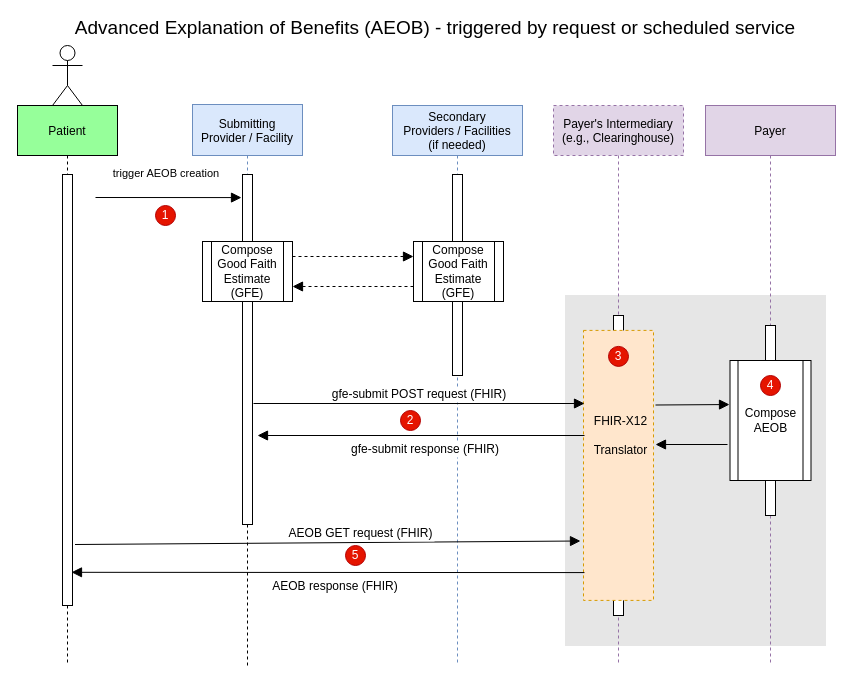
This is input/images/AEOB-interaction.drawio from HL7/davinci-pct, a draw.io file, before an edit. Source tidied: cells renumbered, new cells numbered last; positions are measured from the earlier drawing's top-left corner, leaving out a move shared by most shapes. Both pictures are drawn from the tidied source at 100%, with x=0, y=0 at pixel (17, 18).
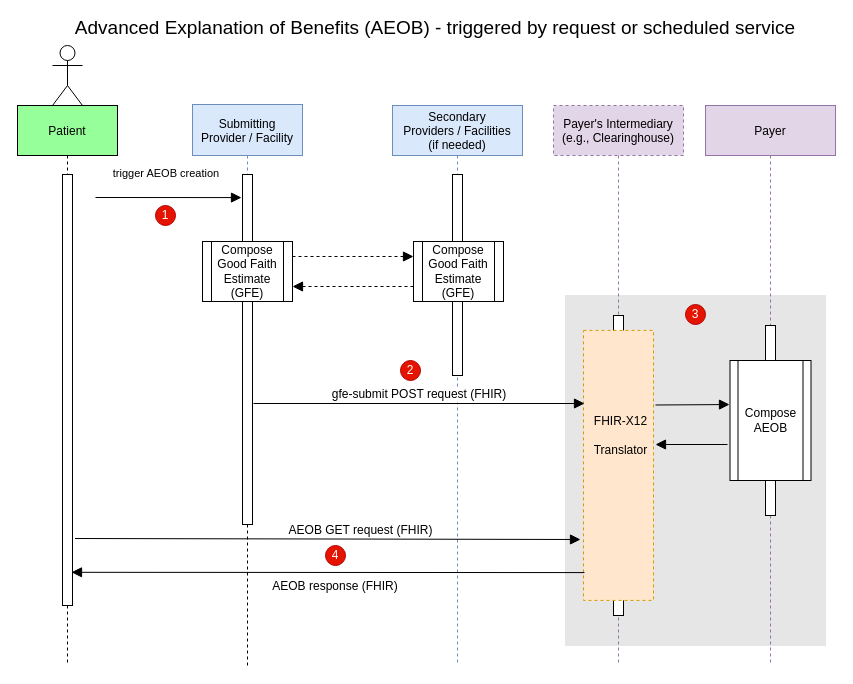
Above is the later version.

Unchanged cells that the change refers to:
```xml
<mxCell id="25" style="group;" parent="1" vertex="1">
  <mxGeometry x="568" y="317" width="70" height="270" as="geometry" />
</mxCell>
<mxCell id="26" style="rounded=0;whiteSpace=wrap;html=1;fillColor=#ffe6cc;strokeColor=#d79b00;dashed=1;" parent="25" vertex="1">
  <mxGeometry x="-2" y="-5.1" width="70" height="270" as="geometry" />
</mxCell>
```

What changed in the source:
```diff
@@
     <mxCell id="18" value="2" style="ellipse;whiteSpace=wrap;html=1;fillColor=#e51400;strokeColor=#B20000;fontColor=#ffffff;" parent="1" vertex="1">
-      <mxGeometry x="383" y="392" width="20" height="20" as="geometry" />
+      <mxGeometry x="383" y="342" width="20" height="20" as="geometry" />
     </mxCell>
-    <mxCell id="19" value="5" style="ellipse;whiteSpace=wrap;html=1;fillColor=#e51400;strokeColor=#B20000;fontColor=#ffffff;" parent="1" vertex="1">
-      <mxGeometry x="328" y="527" width="20" height="20" as="geometry" />
-    </mxCell>
@@
-    <mxCell id="28" value="3" style="ellipse;whiteSpace=wrap;html=1;fillColor=#e51400;strokeColor=#B20000;fontColor=#ffffff;" parent="25" vertex="1">
-      <mxGeometry x="23" y="10.9" width="20" height="20" as="geometry" />
-    </mxCell>
@@
-    <mxCell id="30" value="4" style="ellipse;whiteSpace=wrap;html=1;fillColor=#e51400;strokeColor=#B20000;fontColor=#ffffff;" parent="1" vertex="1">
-      <mxGeometry x="743" y="357" width="20" height="20" as="geometry" />
+    <mxCell id="30" value="3" style="ellipse;whiteSpace=wrap;html=1;fillColor=#e51400;strokeColor=#B20000;fontColor=#ffffff;" parent="1" vertex="1">
+      <mxGeometry x="668" y="286" width="20" height="20" as="geometry" />
     </mxCell>
@@
-    <mxCell id="35" value="AEOB GET request (FHIR)" style="verticalAlign=bottom;endArrow=block;endSize=8;shadow=0;strokeWidth=1;endFill=1;entryX=-0.043;entryY=0.78;entryDx=0;entryDy=0;entryPerimeter=0;fontSize=12;" parent="1" edge="1" target="26">
+    <mxCell id="35" value="AEOB GET request (FHIR)" style="verticalAlign=bottom;endArrow=block;endSize=8;shadow=0;strokeWidth=1;endFill=1;fontSize=12;" parent="1" edge="1">
       <mxGeometry x="0.13" relative="1" as="geometry">
-        <mxPoint x="57.5" y="526" as="sourcePoint" />
+        <mxPoint x="57.5" y="520" as="sourcePoint" />
+        <mxPoint x="563" y="521" as="targetPoint" />
       </mxGeometry>
     </mxCell>
-    <mxCell id="36" value="gfe-submit response (FHIR)" style="verticalAlign=bottom;endArrow=block;endSize=8;shadow=0;strokeWidth=1;endFill=1;fontSize=12;" parent="1" edge="1">
-      <mxGeometry x="-0.03" y="23" relative="1" as="geometry">
-        <mxPoint x="567" y="417" as="sourcePoint" />
-        <mxPoint x="240" y="417" as="targetPoint" />
-      </mxGeometry>
-    </mxCell>
+    <mxCell id="28" value="4" style="ellipse;whiteSpace=wrap;html=1;fillColor=#e51400;strokeColor=#B20000;fontColor=#ffffff;" parent="1" vertex="1">
+      <mxGeometry x="308" y="527" width="20" height="20" as="geometry" />
+    </mxCell>
```
